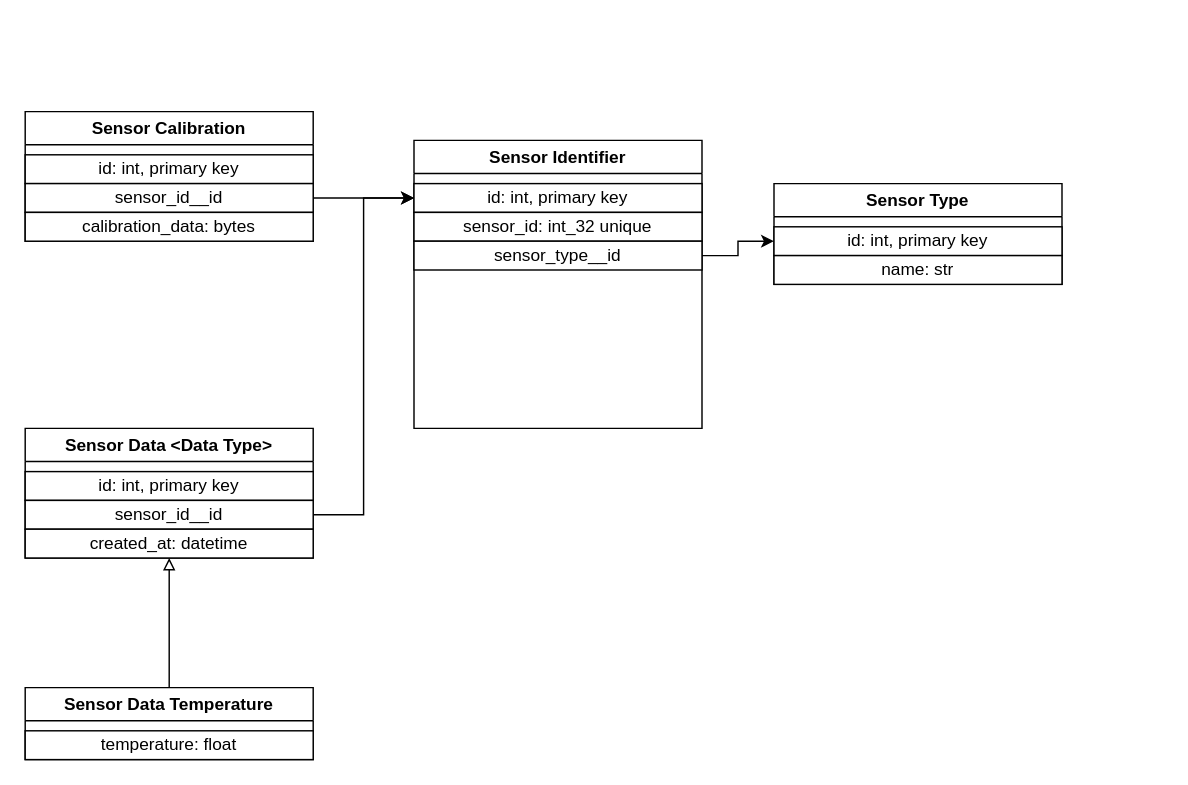
Above: page "database" (7 of 9) of diagram.drawio in bravePeer/home_monitor_system (draw.io), before the change. Source tidied: cells renumbered, new cells numbered last; positions are measured from the earlier drawing's top-left corner, leaving out a move shared by most shapes. Both pictures are drawn from the tidied source at 144%, with x=0, y=0 at pixel (24, 111).
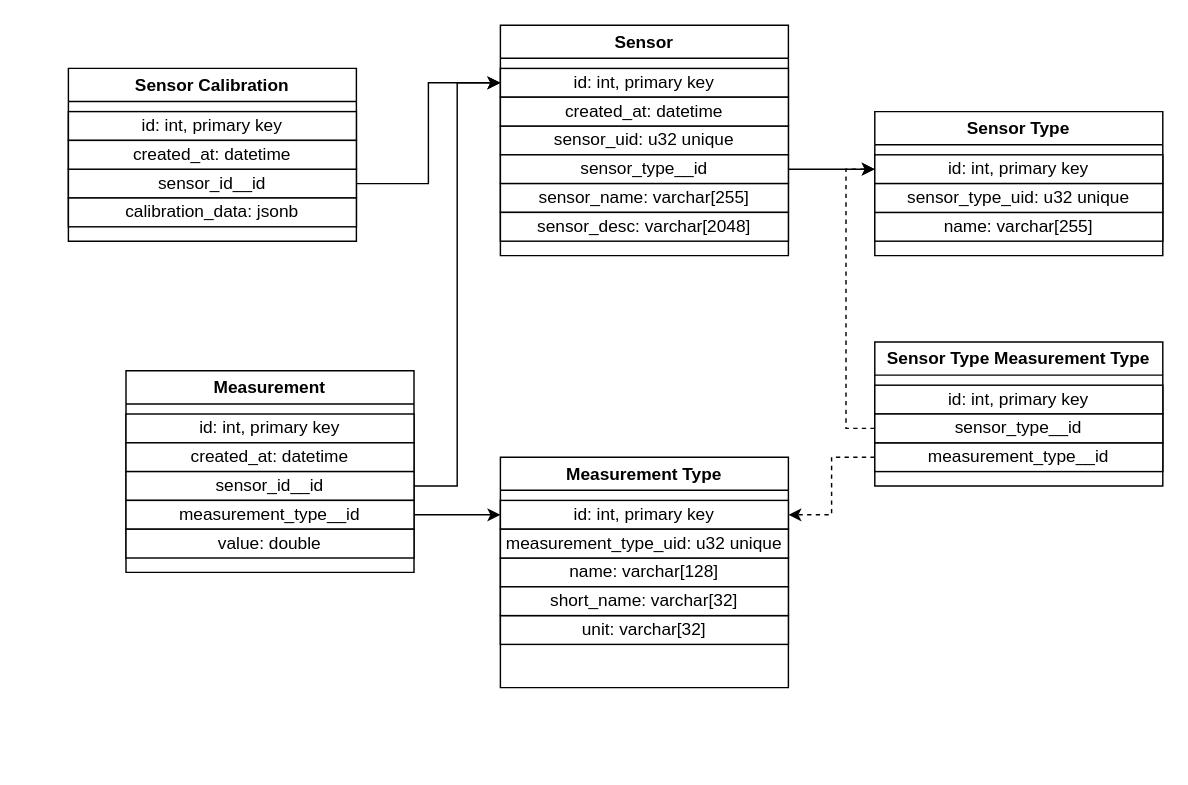
Above is the later version.

Diff of the diagram source:
```diff
@@
-    <mxCell id="2" value="Sensor Identifier" style="swimlane;whiteSpace=wrap;html=1;" parent="1" vertex="1">
-      <mxGeometry x="270" y="20" width="200" height="200" as="geometry" />
-    </mxCell>
-    <mxCell id="3" value="id: int, primary key" style="rounded=0;whiteSpace=wrap;html=1;" parent="2" vertex="1">
-      <mxGeometry y="30" width="200" height="20" as="geometry" />
-    </mxCell>
-    <mxCell id="4" value="sensor_id: int_32 unique" style="rounded=0;whiteSpace=wrap;html=1;" parent="2" vertex="1">
-      <mxGeometry y="50" width="200" height="20" as="geometry" />
-    </mxCell>
-    <mxCell id="5" value="sensor_type__id" style="rounded=0;whiteSpace=wrap;html=1;" parent="2" vertex="1">
-      <mxGeometry y="70" width="200" height="20" as="geometry" />
-    </mxCell>
+    <mxCell id="23" value="Sensor" style="swimlane;whiteSpace=wrap;html=1;" parent="1" vertex="1">
+      <mxGeometry x="330" y="-60" width="200" height="160" as="geometry" />
+    </mxCell>
+    <mxCell id="24" value="id: int, primary key" style="rounded=0;whiteSpace=wrap;html=1;" parent="23" vertex="1">
+      <mxGeometry y="30" width="200" height="20" as="geometry" />
+    </mxCell>
+    <mxCell id="25" value="sensor_uid: u32 unique" style="rounded=0;whiteSpace=wrap;html=1;" parent="23" vertex="1">
+      <mxGeometry y="70" width="200" height="20" as="geometry" />
+    </mxCell>
+    <mxCell id="26" value="sensor_type__id" style="rounded=0;whiteSpace=wrap;html=1;" parent="23" vertex="1">
+      <mxGeometry y="90" width="200" height="20" as="geometry" />
+    </mxCell>
+    <mxCell id="27" value="sensor_name: varchar[255]" style="rounded=0;whiteSpace=wrap;html=1;" parent="23" vertex="1">
+      <mxGeometry y="110" width="200" height="20" as="geometry" />
+    </mxCell>
+    <mxCell id="28" value="sensor_desc: varchar[2048]" style="rounded=0;whiteSpace=wrap;html=1;" parent="23" vertex="1">
+      <mxGeometry y="130" width="200" height="20" as="geometry" />
+    </mxCell>
+    <mxCell id="29" value="created_at: datetime" style="rounded=0;whiteSpace=wrap;html=1;" parent="23" vertex="1">
+      <mxGeometry y="50" width="200" height="20" as="geometry" />
+    </mxCell>
     <mxCell id="6" value="Sensor Type" style="swimlane;whiteSpace=wrap;html=1;" parent="1" vertex="1">
-      <mxGeometry x="520" y="50" width="200" height="70" as="geometry" />
+      <mxGeometry x="590" width="200" height="100" as="geometry" />
     </mxCell>
-    <mxCell id="7" value="id: int, primary key" style="rounded=0;whiteSpace=wrap;html=1;" parent="6" vertex="1">
-      <mxGeometry y="30" width="200" height="20" as="geometry" />
-    </mxCell>
-    <mxCell id="8" value="name: str" style="rounded=0;whiteSpace=wrap;html=1;" parent="6" vertex="1">
-      <mxGeometry y="50" width="200" height="20" as="geometry" />
-    </mxCell>
-    <mxCell id="9" style="edgeStyle=orthogonalEdgeStyle;rounded=0;jettySize=auto;html=1;entryX=0;entryY=0.5;entryDx=0;entryDy=0;" parent="1" edge="1" source="5" target="7">
-      <mxGeometry relative="1" as="geometry" />
-    </mxCell>
+    <mxCell id="30" value="id: int, primary key" style="rounded=0;whiteSpace=wrap;html=1;" parent="6" vertex="1">
+      <mxGeometry y="30" width="200" height="20" as="geometry" />
+    </mxCell>
+    <mxCell id="31" value="name: varchar[255]" style="rounded=0;whiteSpace=wrap;html=1;" parent="6" vertex="1">
+      <mxGeometry y="70" width="200" height="20" as="geometry" />
+    </mxCell>
+    <mxCell id="32" value="sensor_type_uid: u32 unique" style="rounded=0;whiteSpace=wrap;html=1;" parent="6" vertex="1">
+      <mxGeometry y="50" width="200" height="20" as="geometry" />
+    </mxCell>
+    <mxCell id="33" style="edgeStyle=orthogonalEdgeStyle;rounded=0;jettySize=auto;html=1;entryX=0;entryY=0.5;entryDx=0;entryDy=0;" parent="1" edge="1" source="26" target="30">
+      <mxGeometry relative="1" as="geometry" />
+    </mxCell>
     <mxCell id="10" value="Sensor Calibration" style="swimlane;whiteSpace=wrap;html=1;" parent="1" vertex="1">
-      <mxGeometry width="200" height="90" as="geometry" />
+      <mxGeometry x="30" y="-30" width="200" height="120" as="geometry" />
     </mxCell>
-    <mxCell id="11" value="id: int, primary key" style="rounded=0;whiteSpace=wrap;html=1;" parent="10" vertex="1">
-      <mxGeometry y="30" width="200" height="20" as="geometry" />
-    </mxCell>
-    <mxCell id="12" value="sensor_id__id" style="rounded=0;whiteSpace=wrap;html=1;" parent="10" vertex="1">
-      <mxGeometry y="50" width="200" height="20" as="geometry" />
-    </mxCell>
-    <mxCell id="13" value="calibration_data: bytes" style="rounded=0;whiteSpace=wrap;html=1;" parent="10" vertex="1">
-      <mxGeometry y="70" width="200" height="20" as="geometry" />
-    </mxCell>
-    <mxCell id="14" style="edgeStyle=orthogonalEdgeStyle;rounded=0;jettySize=auto;html=1;entryX=0;entryY=0.5;entryDx=0;entryDy=0;" parent="1" edge="1" source="12" target="3">
-      <mxGeometry relative="1" as="geometry" />
-    </mxCell>
-    <mxCell id="15" value="Sensor Data &amp;lt;Data Type&amp;gt;" style="swimlane;whiteSpace=wrap;html=1;startSize=23;" parent="1" vertex="1">
-      <mxGeometry y="220" width="200" height="90" as="geometry" />
-    </mxCell>
-    <mxCell id="16" value="id: int, primary key" style="rounded=0;whiteSpace=wrap;html=1;" parent="15" vertex="1">
-      <mxGeometry y="30" width="200" height="20" as="geometry" />
-    </mxCell>
-    <mxCell id="17" value="sensor_id__id" style="rounded=0;whiteSpace=wrap;html=1;" parent="15" vertex="1">
-      <mxGeometry y="50" width="200" height="20" as="geometry" />
-    </mxCell>
-    <mxCell id="18" value="created_at:&amp;nbsp;datetime" style="rounded=0;whiteSpace=wrap;html=1;" parent="15" vertex="1">
-      <mxGeometry y="70" width="200" height="20" as="geometry" />
-    </mxCell>
-    <mxCell id="19" style="edgeStyle=orthogonalEdgeStyle;rounded=0;jettySize=auto;html=1;entryX=0;entryY=0.5;entryDx=0;entryDy=0;" parent="1" edge="1" source="17" target="3">
-      <mxGeometry relative="1" as="geometry" />
-    </mxCell>
-    <mxCell id="20" style="edgeStyle=orthogonalEdgeStyle;rounded=0;jettySize=auto;html=1;endArrow=block;endFill=0;" parent="1" edge="1" source="21" target="15">
-      <mxGeometry relative="1" as="geometry" />
-    </mxCell>
-    <mxCell id="21" value="Sensor Data Temperature" style="swimlane;whiteSpace=wrap;html=1;startSize=23;" parent="1" vertex="1">
-      <mxGeometry y="400" width="200" height="50" as="geometry" />
-    </mxCell>
-    <mxCell id="22" value="temperature: float" style="rounded=0;whiteSpace=wrap;html=1;" parent="21" vertex="1">
-      <mxGeometry y="30" width="200" height="20" as="geometry" />
-    </mxCell>
+    <mxCell id="34" value="id: int, primary key" style="rounded=0;whiteSpace=wrap;html=1;" parent="10" vertex="1">
+      <mxGeometry y="30" width="200" height="20" as="geometry" />
+    </mxCell>
+    <mxCell id="35" value="sensor_id__id" style="rounded=0;whiteSpace=wrap;html=1;" parent="10" vertex="1">
+      <mxGeometry y="70" width="200" height="20" as="geometry" />
+    </mxCell>
+    <mxCell id="36" value="calibration_data: jsonb" style="rounded=0;whiteSpace=wrap;html=1;" parent="10" vertex="1">
+      <mxGeometry y="90" width="200" height="20" as="geometry" />
+    </mxCell>
+    <mxCell id="37" value="created_at:&amp;nbsp;datetime" style="rounded=0;whiteSpace=wrap;html=1;" parent="10" vertex="1">
+      <mxGeometry y="50" width="200" height="20" as="geometry" />
+    </mxCell>
+    <mxCell id="38" style="edgeStyle=orthogonalEdgeStyle;rounded=0;jettySize=auto;html=1;entryX=0;entryY=0.5;entryDx=0;entryDy=0;" parent="1" edge="1" source="35" target="24">
+      <mxGeometry relative="1" as="geometry" />
+    </mxCell>
+    <mxCell id="39" value="Measurement" style="swimlane;whiteSpace=wrap;html=1;startSize=23;" parent="1" vertex="1">
+      <mxGeometry x="70" y="180" width="200" height="140" as="geometry" />
+    </mxCell>
+    <mxCell id="40" value="id: int, primary key" style="rounded=0;whiteSpace=wrap;html=1;" parent="39" vertex="1">
+      <mxGeometry y="30" width="200" height="20" as="geometry" />
+    </mxCell>
+    <mxCell id="41" value="created_at:&amp;nbsp;datetime" style="rounded=0;whiteSpace=wrap;html=1;" parent="39" vertex="1">
+      <mxGeometry y="50" width="200" height="20" as="geometry" />
+    </mxCell>
+    <mxCell id="42" value="sensor_id__id" style="rounded=0;whiteSpace=wrap;html=1;" parent="39" vertex="1">
+      <mxGeometry y="70" width="200" height="20" as="geometry" />
+    </mxCell>
+    <mxCell id="43" value="measurement_type__id" style="rounded=0;whiteSpace=wrap;html=1;" parent="39" vertex="1">
+      <mxGeometry y="90" width="200" height="20" as="geometry" />
+    </mxCell>
+    <mxCell id="44" value="value: double" style="rounded=0;whiteSpace=wrap;html=1;" parent="39" vertex="1">
+      <mxGeometry y="110" width="200" height="20" as="geometry" />
+    </mxCell>
+    <mxCell id="45" style="edgeStyle=orthogonalEdgeStyle;rounded=0;jettySize=auto;html=1;entryX=0;entryY=0.5;entryDx=0;entryDy=0;" parent="1" edge="1" source="42" target="24">
+      <mxGeometry relative="1" as="geometry" />
+    </mxCell>
+    <mxCell id="46" value="Measurement Type" style="swimlane;whiteSpace=wrap;html=1;startSize=23;" parent="1" vertex="1">
+      <mxGeometry x="330" y="240" width="200" height="160" as="geometry" />
+    </mxCell>
+    <mxCell id="47" value="id: int, primary key" style="rounded=0;whiteSpace=wrap;html=1;" parent="46" vertex="1">
+      <mxGeometry y="30" width="200" height="20" as="geometry" />
+    </mxCell>
+    <mxCell id="48" value="name: varchar[128]" style="rounded=0;whiteSpace=wrap;html=1;" parent="46" vertex="1">
+      <mxGeometry y="70" width="200" height="20" as="geometry" />
+    </mxCell>
+    <mxCell id="49" value="unit: varchar[32]" style="rounded=0;whiteSpace=wrap;html=1;" parent="46" vertex="1">
+      <mxGeometry y="110" width="200" height="20" as="geometry" />
+    </mxCell>
+    <mxCell id="50" value="measurement_type_uid: u32 unique" style="rounded=0;whiteSpace=wrap;html=1;" parent="46" vertex="1">
+      <mxGeometry y="50" width="200" height="20" as="geometry" />
+    </mxCell>
+    <mxCell id="51" value="short_name: varchar[32]" style="rounded=0;whiteSpace=wrap;html=1;" parent="46" vertex="1">
+      <mxGeometry y="90" width="200" height="20" as="geometry" />
+    </mxCell>
+    <mxCell id="52" style="edgeStyle=orthogonalEdgeStyle;rounded=0;jettySize=auto;html=1;exitX=1;exitY=0.5;exitDx=0;exitDy=0;entryX=0;entryY=0.5;entryDx=0;entryDy=0;" parent="1" edge="1" source="43" target="47">
+      <mxGeometry relative="1" as="geometry" />
+    </mxCell>
+    <mxCell id="53" value="Sensor Type Measurement Type" style="swimlane;whiteSpace=wrap;html=1;" parent="1" vertex="1">
+      <mxGeometry x="590" y="160" width="200" height="100" as="geometry" />
+    </mxCell>
+    <mxCell id="54" value="id: int, primary key" style="rounded=0;whiteSpace=wrap;html=1;" parent="53" vertex="1">
+      <mxGeometry y="30" width="200" height="20" as="geometry" />
+    </mxCell>
+    <mxCell id="55" value="measurement_type__id" style="rounded=0;whiteSpace=wrap;html=1;" parent="53" vertex="1">
+      <mxGeometry y="70" width="200" height="20" as="geometry" />
+    </mxCell>
+    <mxCell id="56" value="sensor_type__id" style="rounded=0;whiteSpace=wrap;html=1;" parent="53" vertex="1">
+      <mxGeometry y="50" width="200" height="20" as="geometry" />
+    </mxCell>
+    <mxCell id="57" style="edgeStyle=orthogonalEdgeStyle;rounded=0;jettySize=auto;html=1;exitX=0;exitY=0.5;exitDx=0;exitDy=0;entryX=1;entryY=0.5;entryDx=0;entryDy=0;dashed=1;" parent="1" edge="1" source="55" target="47">
+      <mxGeometry relative="1" as="geometry" />
+    </mxCell>
+    <mxCell id="58" style="edgeStyle=orthogonalEdgeStyle;rounded=0;jettySize=auto;html=1;exitX=0;exitY=0.5;exitDx=0;exitDy=0;entryX=0;entryY=0.5;entryDx=0;entryDy=0;dashed=1;" parent="1" edge="1" source="56" target="30">
+      <mxGeometry relative="1" as="geometry" />
+    </mxCell>
```
